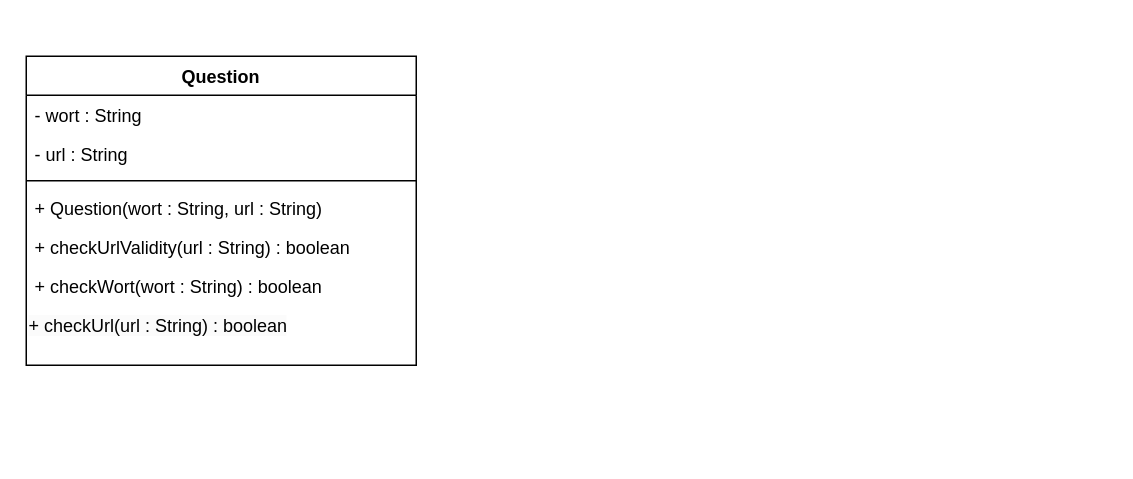
Above: Worttrainer.drawio in TGM-HIT/sew9-2425-worttrainer-ahujaankush (draw.io), before the change. Source tidied: cells renumbered, new cells numbered last; positions are measured from the earlier drawing's top-left corner, leaving out a move shared by most shapes. Both pictures are drawn from the tidied source at 150%, with x=0, y=0 at pixel (26, 56).
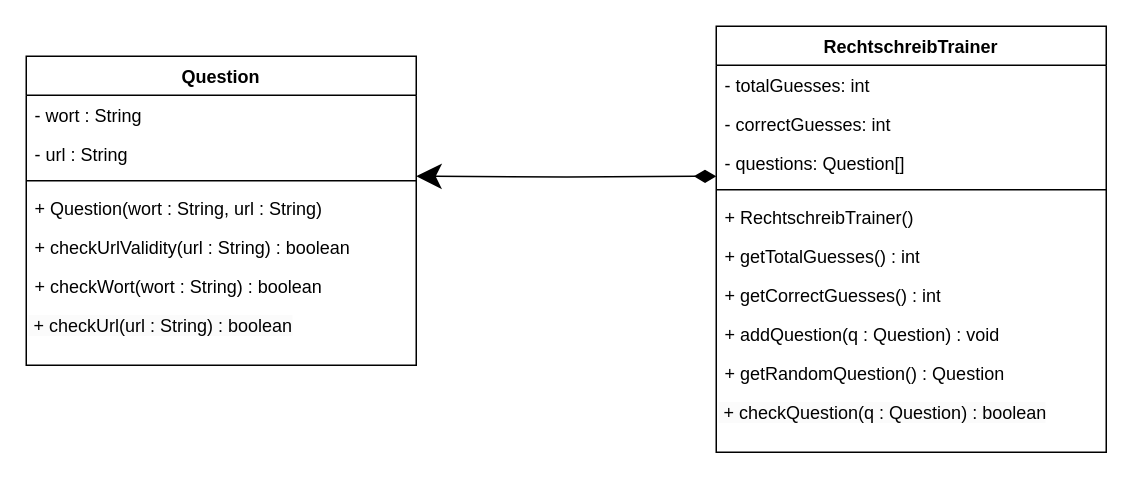
After the change.

Commit message (it also covers changes not shown here):
UML: Add Rechtschreib Trainer

The change refers to these unchanged cells:
```xml
<mxCell id="2" value="Question" style="swimlane;fontStyle=1;align=center;verticalAlign=top;horizontal=1;startSize=26;whiteSpace=wrap;html=1;" parent="1" vertex="1">
  <mxGeometry width="260" height="206" as="geometry" />
</mxCell>
```

The edit, as a diff of the source:
```diff
@@
-    <mxCell id="9" value="&lt;span style=&quot;color: rgb(0, 0, 0); font-family: Helvetica; font-size: 12px; font-style: normal; font-variant-ligatures: normal; font-variant-caps: normal; font-weight: 400; letter-spacing: normal; orphans: 2; text-align: left; text-indent: 0px; text-transform: none; widows: 2; word-spacing: 0px; -webkit-text-stroke-width: 0px; white-space: normal; background-color: rgb(251, 251, 251); text-decoration-thickness: initial; text-decoration-style: initial; text-decoration-color: initial; display: inline !important; float: none;&quot;&gt;+ checkUrl(url : String) : boolean&lt;/span&gt;" style="text;whiteSpace=wrap;html=1;" parent="2" vertex="1">
+    <mxCell id="9" value="&lt;span style=&quot;color: rgb(0, 0, 0); font-family: Helvetica; font-size: 12px; font-style: normal; font-variant-ligatures: normal; font-variant-caps: normal; font-weight: 400; letter-spacing: normal; orphans: 2; text-align: left; text-indent: 0px; text-transform: none; widows: 2; word-spacing: 0px; -webkit-text-stroke-width: 0px; white-space: normal; background-color: rgb(251, 251, 251); text-decoration-thickness: initial; text-decoration-style: initial; text-decoration-color: initial; display: inline !important; float: none;&quot;&gt;&amp;nbsp;+ checkUrl(url : String) : boolean&lt;/span&gt;" style="text;whiteSpace=wrap;html=1;" parent="2" vertex="1">
       <mxGeometry y="166" width="260" height="40" as="geometry" />
     </mxCell>
+    <mxCell id="10" value="RechtschreibTrainer" style="swimlane;fontStyle=1;align=center;verticalAlign=top;horizontal=1;startSize=26;whiteSpace=wrap;html=1;" parent="1" vertex="1">
+      <mxGeometry x="460" y="-20" width="260" height="284" as="geometry" />
+    </mxCell>
+    <mxCell id="11" value="- totalGuesses: int" style="text;strokeColor=none;fillColor=none;align=left;verticalAlign=top;spacingLeft=4;spacingRight=4;overflow=hidden;whiteSpace=wrap;html=1;" parent="10" vertex="1">
+      <mxGeometry y="26" width="260" height="26" as="geometry" />
+    </mxCell>
+    <mxCell id="12" value="- correctGuesses: int" style="text;strokeColor=none;fillColor=none;align=left;verticalAlign=top;spacingLeft=4;spacingRight=4;overflow=hidden;whiteSpace=wrap;html=1;" parent="10" vertex="1">
+      <mxGeometry y="52" width="260" height="26" as="geometry" />
+    </mxCell>
+    <mxCell id="13" value="- questions: Question[]" style="text;strokeColor=none;fillColor=none;align=left;verticalAlign=top;spacingLeft=4;spacingRight=4;overflow=hidden;points=[[0,0.5],[1,0.5]];portConstraint=eastwest;whiteSpace=wrap;html=1;" parent="10" vertex="1">
+      <mxGeometry y="78" width="260" height="26" as="geometry" />
+    </mxCell>
+    <mxCell id="14" style="line;strokeWidth=1;fillColor=none;align=left;verticalAlign=middle;spacingTop=-1;spacingLeft=3;spacingRight=3;labelPosition=right;strokeColor=inherit;" parent="10" vertex="1">
+      <mxGeometry y="104" width="260" height="10" as="geometry" />
+    </mxCell>
+    <mxCell id="15" value="+ RechtschreibTrainer()" style="text;strokeColor=none;fillColor=none;align=left;verticalAlign=top;spacingLeft=4;spacingRight=4;overflow=hidden;whiteSpace=wrap;html=1;" parent="10" vertex="1">
+      <mxGeometry y="114" width="260" height="26" as="geometry" />
+    </mxCell>
+    <mxCell id="16" value="+ getTotalGuesses() : int" style="text;strokeColor=none;fillColor=none;align=left;verticalAlign=top;spacingLeft=4;spacingRight=4;overflow=hidden;whiteSpace=wrap;html=1;" parent="10" vertex="1">
+      <mxGeometry y="140" width="260" height="26" as="geometry" />
+    </mxCell>
+    <mxCell id="17" value="+ getCorrectGuesses() : int" style="text;strokeColor=none;fillColor=none;align=left;verticalAlign=top;spacingLeft=4;spacingRight=4;overflow=hidden;whiteSpace=wrap;html=1;" parent="10" vertex="1">
+      <mxGeometry y="166" width="260" height="26" as="geometry" />
+    </mxCell>
+    <mxCell id="18" value="+ addQuestion(q : Question) : void" style="text;strokeColor=none;fillColor=none;align=left;verticalAlign=top;spacingLeft=4;spacingRight=4;overflow=hidden;whiteSpace=wrap;html=1;" parent="10" vertex="1">
+      <mxGeometry y="192" width="260" height="26" as="geometry" />
+    </mxCell>
+    <mxCell id="19" value="+ getRandomQuestion() : Question" style="text;strokeColor=none;fillColor=none;align=left;verticalAlign=top;spacingLeft=4;spacingRight=4;overflow=hidden;whiteSpace=wrap;html=1;" parent="10" vertex="1">
+      <mxGeometry y="218" width="260" height="26" as="geometry" />
+    </mxCell>
+    <mxCell id="20" value="&lt;span style=&quot;color: rgb(0, 0, 0); font-family: Helvetica; font-size: 12px; font-style: normal; font-variant-ligatures: normal; font-variant-caps: normal; font-weight: 400; letter-spacing: normal; orphans: 2; text-align: left; text-indent: 0px; text-transform: none; widows: 2; word-spacing: 0px; -webkit-text-stroke-width: 0px; white-space: normal; background-color: rgb(251, 251, 251); text-decoration-thickness: initial; text-decoration-style: initial; text-decoration-color: initial; display: inline !important; float: none;&quot;&gt;&amp;nbsp;+ checkQuestion(q : Question) : boolean&lt;/span&gt;" style="text;whiteSpace=wrap;html=1;" parent="10" vertex="1">
+      <mxGeometry y="244" width="260" height="40" as="geometry" />
+    </mxCell>
+    <mxCell id="21" style="endArrow=diamondThin;html=1;endSize=12;startArrow=classic;startSize=14;startFill=1;edgeStyle=orthogonalEdgeStyle;align=left;verticalAlign=bottom;rounded=0;entryX=0;entryY=0.846;entryDx=0;entryDy=0;entryPerimeter=0;endFill=1;" parent="1" edge="1" target="13">
+      <mxGeometry x="-1" y="3" relative="1" as="geometry">
+        <mxPoint x="260" y="80" as="sourcePoint" />
+      </mxGeometry>
+    </mxCell>
```
